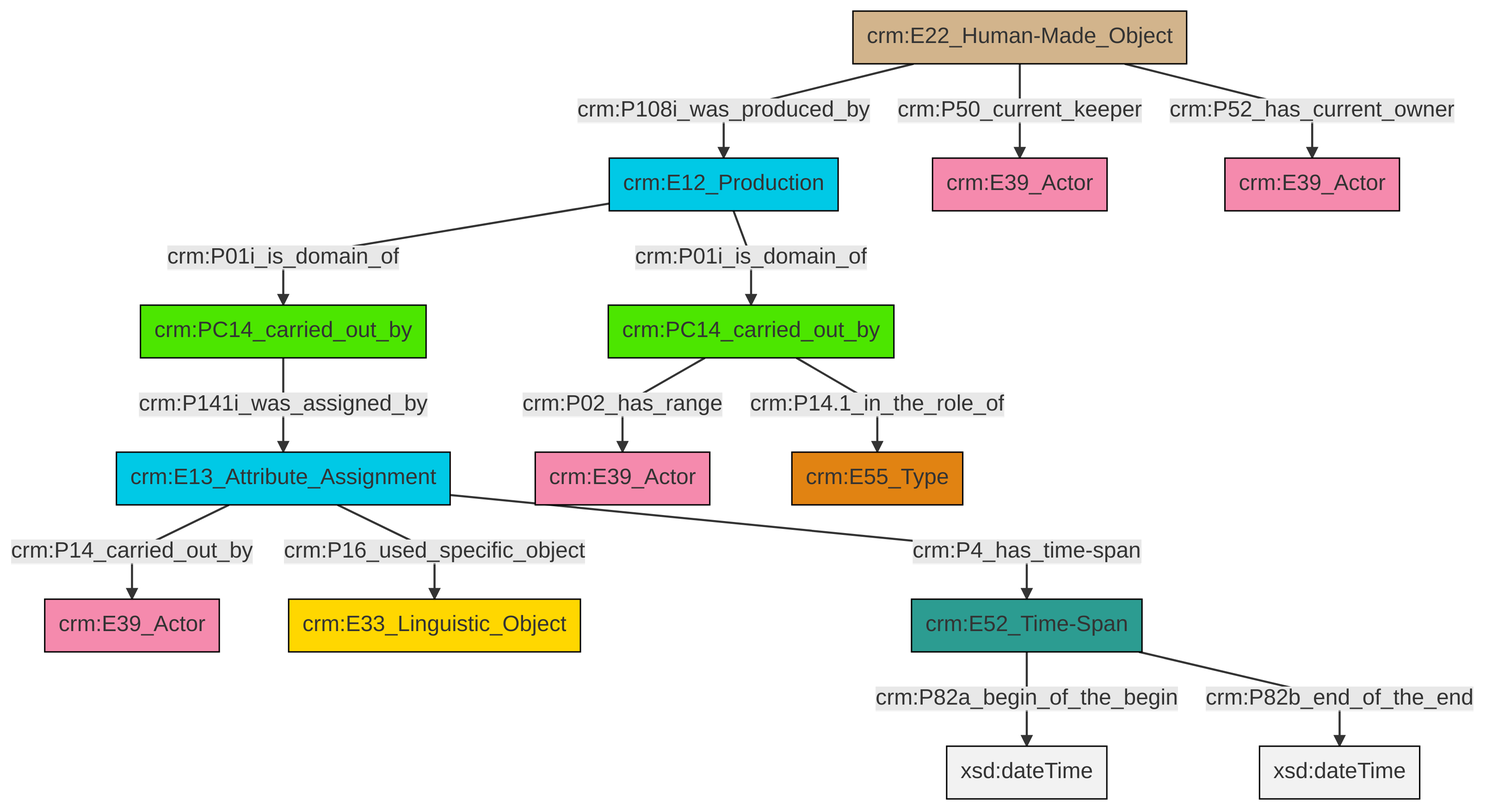
The Mermaid diagram et/carrierCSV/ttl/mmd/png/carrier_relations.png in swiss-art-research-net/docs.swissartresearch, before a commit. Its source is kept beside it as et/carrierCSV/ttl/mmd/carrier_relations.ttl.mmd.
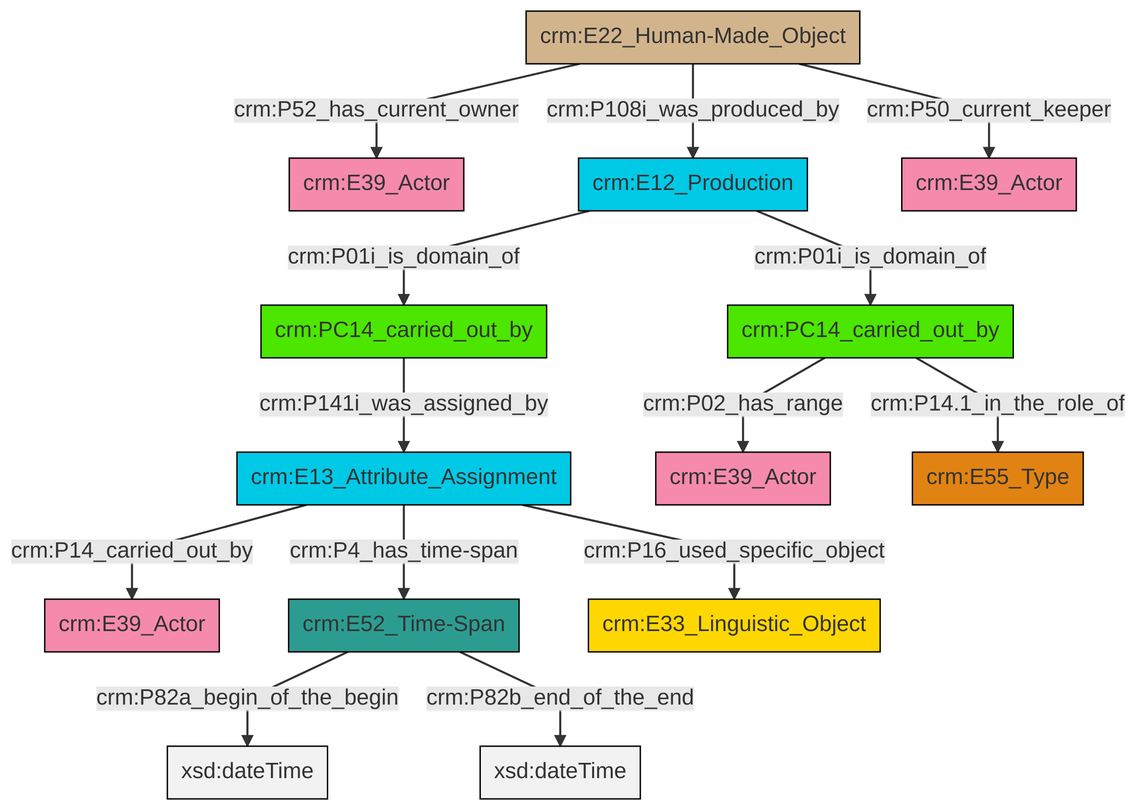
After the change.

Diff of the diagram source:
```diff
@@ -14,15 +14,15 @@
 classDef Multi fill:#cccccc,stroke:#000000;
 
 2["crm:E13_Attribute_Assignment"]:::Temporal_Entity -->|crm:P14_carried_out_by| 3["crm:E39_Actor"]:::Actor
-2["crm:E13_Attribute_Assignment"]:::Temporal_Entity -->|crm:P16_used_specific_object| 4["crm:E33_Linguistic_Object"]:::Conceptual_Object
-5["crm:E52_Time-Span"]:::Time-Span -->|crm:P82a_begin_of_the_begin| 6[xsd:dateTime]:::Literal
-8["crm:E22_Human-Made_Object"]:::Physical_Thing -->|crm:P50_current_keeper| 9["crm:E39_Actor"]:::Actor
-10["crm:PC14_carried_out_by"]:::PC_Classes -->|crm:P02_has_range| 12["crm:E39_Actor"]:::Actor
-8["crm:E22_Human-Made_Object"]:::Physical_Thing -->|crm:P108i_was_produced_by| 0["crm:E12_Production"]:::Temporal_Entity
-2["crm:E13_Attribute_Assignment"]:::Temporal_Entity -->|crm:P4_has_time-span| 5["crm:E52_Time-Span"]:::Time-Span
-0["crm:E12_Production"]:::Temporal_Entity -->|crm:P01i_is_domain_of| 17["crm:PC14_carried_out_by"]:::PC_Classes
-0["crm:E12_Production"]:::Temporal_Entity -->|crm:P01i_is_domain_of| 10["crm:PC14_carried_out_by"]:::PC_Classes
-5["crm:E52_Time-Span"]:::Time-Span -->|crm:P82b_end_of_the_end| 23[xsd:dateTime]:::Literal
-17["crm:PC14_carried_out_by"]:::PC_Classes -->|crm:P141i_was_assigned_by| 2["crm:E13_Attribute_Assignment"]:::Temporal_Entity
-8["crm:E22_Human-Made_Object"]:::Physical_Thing -->|crm:P52_has_current_owner| 19["crm:E39_Actor"]:::Actor
-10["crm:PC14_carried_out_by"]:::PC_Classes -->|crm:P14.1_in_the_role_of| 14["crm:E55_Type"]:::Type
+4["crm:PC14_carried_out_by"]:::PC_Classes -->|crm:P141i_was_assigned_by| 2["crm:E13_Attribute_Assignment"]:::Temporal_Entity
+6["crm:E22_Human-Made_Object"]:::Physical_Thing -->|crm:P108i_was_produced_by| 7["crm:E12_Production"]:::Temporal_Entity
+8["crm:E52_Time-Span"]:::Time-Span -->|crm:P82a_begin_of_the_begin| 10[xsd:dateTime]:::Literal
+11["crm:PC14_carried_out_by"]:::PC_Classes -->|crm:P02_has_range| 12["crm:E39_Actor"]:::Actor
+11["crm:PC14_carried_out_by"]:::PC_Classes -->|crm:P14.1_in_the_role_of| 13["crm:E55_Type"]:::Type
+6["crm:E22_Human-Made_Object"]:::Physical_Thing -->|crm:P52_has_current_owner| 0["crm:E39_Actor"]:::Actor
+7["crm:E12_Production"]:::Temporal_Entity -->|crm:P01i_is_domain_of| 11["crm:PC14_carried_out_by"]:::PC_Classes
+6["crm:E22_Human-Made_Object"]:::Physical_Thing -->|crm:P50_current_keeper| 23["crm:E39_Actor"]:::Actor
+2["crm:E13_Attribute_Assignment"]:::Temporal_Entity -->|crm:P4_has_time-span| 8["crm:E52_Time-Span"]:::Time-Span
+8["crm:E52_Time-Span"]:::Time-Span -->|crm:P82b_end_of_the_end| 25[xsd:dateTime]:::Literal
+2["crm:E13_Attribute_Assignment"]:::Temporal_Entity -->|crm:P16_used_specific_object| 21["crm:E33_Linguistic_Object"]:::Conceptual_Object
+7["crm:E12_Production"]:::Temporal_Entity -->|crm:P01i_is_domain_of| 4["crm:PC14_carried_out_by"]:::PC_Classes
```
